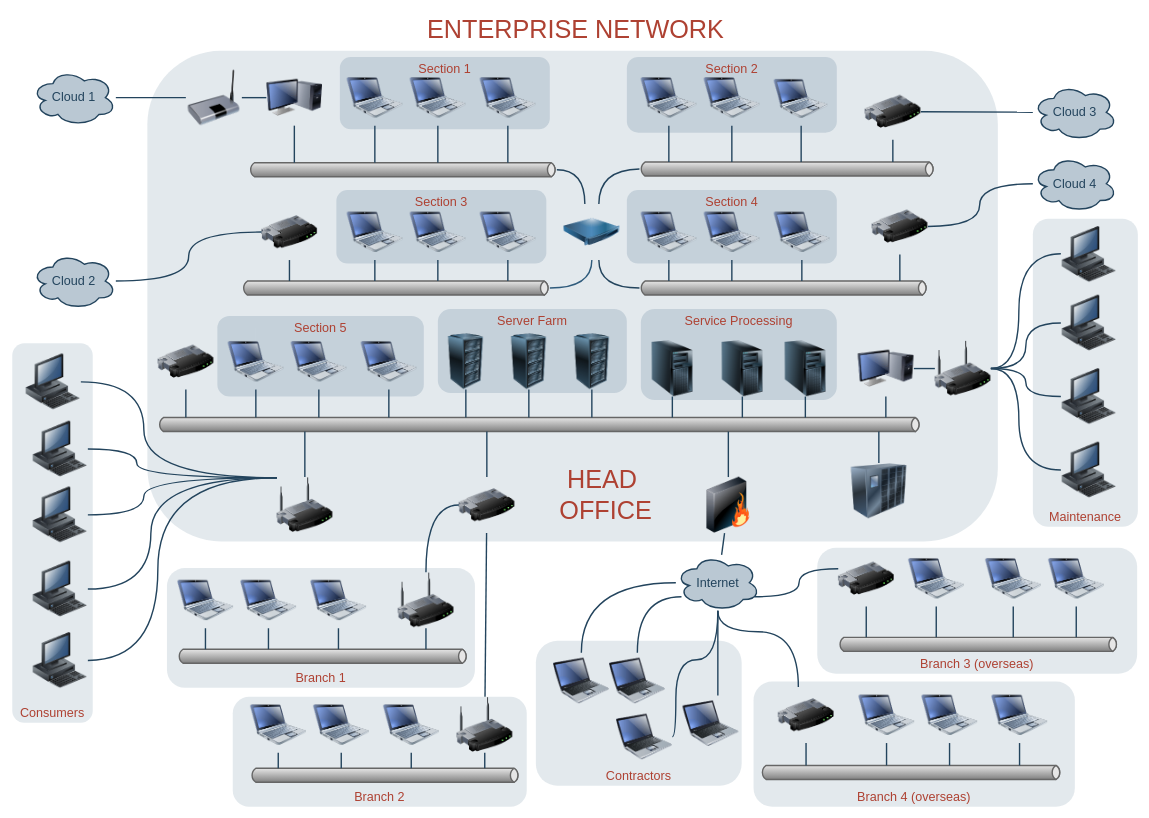
Before: Diagrama sin título.drawio in wilasky/wifiCrack, a draw.io diagram. Source tidied: cells renumbered, new cells numbered last; positions are measured from the earlier drawing's top-left corner, leaving out a move shared by most shapes. Both pictures are drawn from the tidied source at 70%, with x=0, y=0 at pixel (12, 12).
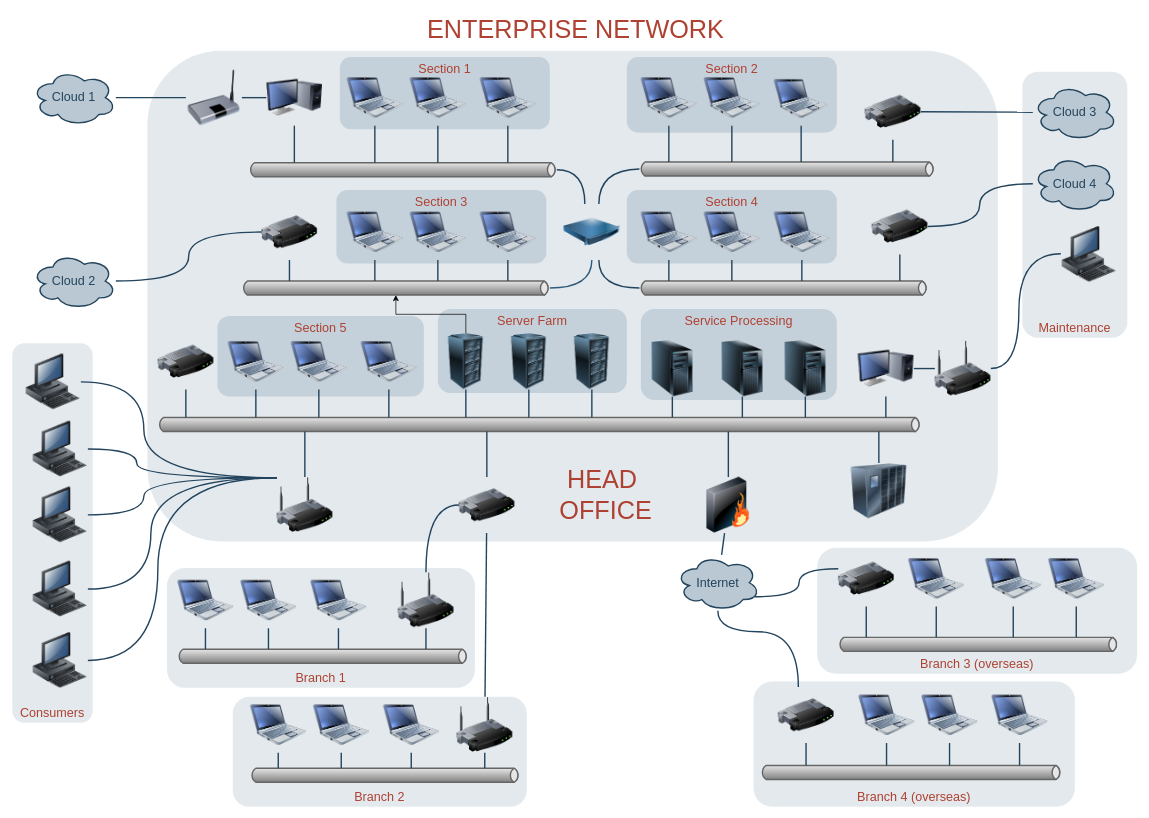
After the change.

Unchanged cells that the change refers to:
```xml
<mxCell id="19" value="Internet" style="ellipse;shape=cloud;whiteSpace=wrap;html=1;shadow=0;strokeColor=#23445D;fillColor=#BAC8D3;gradientColor=none;fontSize=18;fontColor=#23445D;gradientDirection=north;fontStyle=0;strokeWidth=2;" parent="1" vertex="1">
  <mxGeometry x="948" y="775" width="120" height="80" as="geometry" />
</mxCell>
<mxCell id="39" style="image;html=1;image=img/lib/clip_art/computers/Server_Rack_128x128.png;shadow=0;strokeColor=#000000;fillColor=#FFFFFF;gradientColor=none;fontSize=18;fontColor=#F08705;fontStyle=0;" parent="1" vertex="1">
  <mxGeometry x="608" y="459" width="80" height="80" as="geometry" />
</mxCell>
<mxCell id="46" style="strokeWidth=2;strokeColor=#666666;dashed=0;align=center;html=1;fontSize=8;shape=mxgraph.eip.messageChannel;shadow=0;fillColor=#FFFFFF;gradientColor=none;fontColor=#F08705;fontStyle=0;" parent="1" vertex="1">
  <mxGeometry x="328" y="384" width="440" height="20" as="geometry" />
</mxCell>
<mxCell id="56" style="image;html=1;image=img/lib/clip_art/networking/Wireless_Router_128x128.png;shadow=0;strokeColor=#000000;fillColor=#FFFFFF;gradientColor=none;fontSize=18;fontColor=#F08705;fontStyle=0;" parent="1" vertex="1">
  <mxGeometry x="1318" y="469" width="80" height="80" as="geometry" />
</mxCell>
```

The edit, as a diff of the source:
```diff
@@
     <mxCell id="2" value="Maintenance" style="rounded=1;whiteSpace=wrap;html=1;shadow=0;strokeColor=none;fillColor=#BAC8D3;gradientColor=none;fontSize=18;fontColor=#AE4132;verticalAlign=bottom;fontStyle=0;opacity=40;strokeWidth=3;" parent="1" vertex="1">
-      <mxGeometry x="1458" y="295" width="150" height="440" as="geometry" />
+      <mxGeometry x="1443" y="85" width="150" height="380" as="geometry" />
     </mxCell>
@@
-    <mxCell id="13" value="Contractors" style="rounded=1;whiteSpace=wrap;html=1;shadow=0;strokeColor=none;fillColor=#BAC8D3;gradientColor=none;fontSize=18;fontColor=#AE4132;verticalAlign=bottom;fontStyle=0;opacity=40;strokeWidth=3;" parent="1" vertex="1">
-      <mxGeometry x="748" y="898" width="294" height="207" as="geometry" />
-    </mxCell>
@@
+    <mxCell id="173" style="edgeStyle=orthogonalEdgeStyle;rounded=0;jettySize=auto;html=1;" parent="1" edge="1" source="39" target="46">
+      <mxGeometry relative="1" as="geometry" />
+    </mxCell>
@@
-    <mxCell id="76" style="image;html=1;image=img/lib/clip_art/computers/Workstation_128x128.png;shadow=0;strokeColor=#000000;fillColor=#FFFFFF;gradientColor=none;fontSize=18;fontColor=#F08705;fontStyle=0;" parent="1" vertex="1">
-      <mxGeometry x="1498" y="404" width="80" height="80" as="geometry" />
-    </mxCell>
-    <mxCell id="77" style="image;html=1;image=img/lib/clip_art/computers/Workstation_128x128.png;shadow=0;strokeColor=#000000;fillColor=#FFFFFF;gradientColor=none;fontSize=18;fontColor=#F08705;fontStyle=0;" parent="1" vertex="1">
-      <mxGeometry x="1498" y="509" width="80" height="80" as="geometry" />
-    </mxCell>
-    <mxCell id="78" style="image;html=1;image=img/lib/clip_art/computers/Workstation_128x128.png;shadow=0;strokeColor=#000000;fillColor=#FFFFFF;gradientColor=none;fontSize=18;fontColor=#F08705;fontStyle=0;" parent="1" vertex="1">
-      <mxGeometry x="1498" y="614" width="80" height="80" as="geometry" />
-    </mxCell>
@@
-    <mxCell id="111" style="image;html=1;image=img/lib/clip_art/computers/Laptop_128x128.png;shadow=0;strokeColor=#000000;fillColor=#FFFFFF;gradientColor=none;fontSize=18;fontColor=#F08705;fontStyle=0;" parent="1" vertex="1">
-      <mxGeometry x="773" y="915" width="80" height="80" as="geometry" />
-    </mxCell>
-    <mxCell id="112" style="image;html=1;image=img/lib/clip_art/computers/Laptop_128x128.png;shadow=0;strokeColor=#000000;fillColor=#FFFFFF;gradientColor=none;fontSize=18;fontColor=#F08705;fontStyle=0;" parent="1" vertex="1">
-      <mxGeometry x="853" y="915" width="80" height="80" as="geometry" />
-    </mxCell>
-    <mxCell id="113" style="image;html=1;image=img/lib/clip_art/computers/Laptop_128x128.png;shadow=0;strokeColor=#000000;fillColor=#FFFFFF;gradientColor=none;fontSize=18;fontColor=#F08705;fontStyle=0;" parent="1" vertex="1">
-      <mxGeometry x="863" y="995" width="80" height="80" as="geometry" />
-    </mxCell>
-    <mxCell id="114" style="image;html=1;image=img/lib/clip_art/computers/Laptop_128x128.png;shadow=0;strokeColor=#000000;fillColor=#FFFFFF;gradientColor=none;fontSize=18;fontColor=#F08705;fontStyle=0;" parent="1" vertex="1">
-      <mxGeometry x="958" y="976" width="80" height="80" as="geometry" />
-    </mxCell>
@@
-    <mxCell id="122" style="edgeStyle=orthogonalEdgeStyle;rounded=0;html=1;startArrow=none;startFill=0;endArrow=none;endFill=0;fontSize=18;fontColor=#F08705;strokeColor=#23445D;strokeWidth=2;curved=1;fontStyle=0;" parent="1" edge="1" source="114" target="19">
-      <mxGeometry relative="1" as="geometry">
-        <Array as="points">
-          <mxPoint x="1008" y="965" />
-          <mxPoint x="1008" y="965" />
-        </Array>
-      </mxGeometry>
-    </mxCell>
-    <mxCell id="123" style="edgeStyle=orthogonalEdgeStyle;rounded=0;html=1;startArrow=none;startFill=0;endArrow=none;endFill=0;fontSize=18;fontColor=#F08705;strokeColor=#23445D;strokeWidth=2;curved=1;fontStyle=0;" parent="1" edge="1" source="113" target="19">
-      <mxGeometry relative="1" as="geometry">
-        <Array as="points">
-          <mxPoint x="948" y="1035" />
-          <mxPoint x="948" y="925" />
-          <mxPoint x="1008" y="925" />
-        </Array>
-      </mxGeometry>
-    </mxCell>
-    <mxCell id="124" style="edgeStyle=orthogonalEdgeStyle;rounded=0;html=1;startArrow=none;startFill=0;endArrow=none;endFill=0;fontSize=18;fontColor=#F08705;strokeColor=#23445D;strokeWidth=2;curved=1;fontStyle=0;" parent="1" edge="1" source="112" target="19">
-      <mxGeometry relative="1" as="geometry">
-        <Array as="points">
-          <mxPoint x="893" y="835" />
-        </Array>
-      </mxGeometry>
-    </mxCell>
-    <mxCell id="125" style="edgeStyle=orthogonalEdgeStyle;rounded=0;html=1;startArrow=none;startFill=0;endArrow=none;endFill=0;fontSize=18;fontColor=#F08705;strokeColor=#23445D;strokeWidth=2;curved=1;fontStyle=0;" parent="1" edge="1" source="111" target="19">
-      <mxGeometry relative="1" as="geometry">
-        <Array as="points">
-          <mxPoint x="813" y="815" />
-        </Array>
-      </mxGeometry>
-    </mxCell>
@@
-    <mxCell id="127" style="edgeStyle=orthogonalEdgeStyle;rounded=0;html=1;startArrow=none;startFill=0;endArrow=none;endFill=0;fontSize=18;fontColor=#F08705;strokeColor=#23445D;strokeWidth=2;curved=1;fontStyle=0;" parent="1" edge="1" source="78" target="56">
-      <mxGeometry relative="1" as="geometry">
-        <Array as="points">
-          <mxPoint x="1438" y="654" />
-          <mxPoint x="1438" y="509" />
-        </Array>
-      </mxGeometry>
-    </mxCell>
-    <mxCell id="128" style="edgeStyle=orthogonalEdgeStyle;rounded=0;html=1;startArrow=none;startFill=0;endArrow=none;endFill=0;fontSize=18;fontColor=#F08705;strokeColor=#23445D;strokeWidth=2;curved=1;fontStyle=0;" parent="1" edge="1" source="77" target="56">
-      <mxGeometry relative="1" as="geometry" />
-    </mxCell>
-    <mxCell id="129" style="edgeStyle=orthogonalEdgeStyle;rounded=0;html=1;startArrow=none;startFill=0;endArrow=none;endFill=0;fontSize=18;fontColor=#F08705;strokeColor=#23445D;strokeWidth=2;curved=1;fontStyle=0;" parent="1" edge="1" source="76" target="56">
-      <mxGeometry relative="1" as="geometry" />
-    </mxCell>
```
